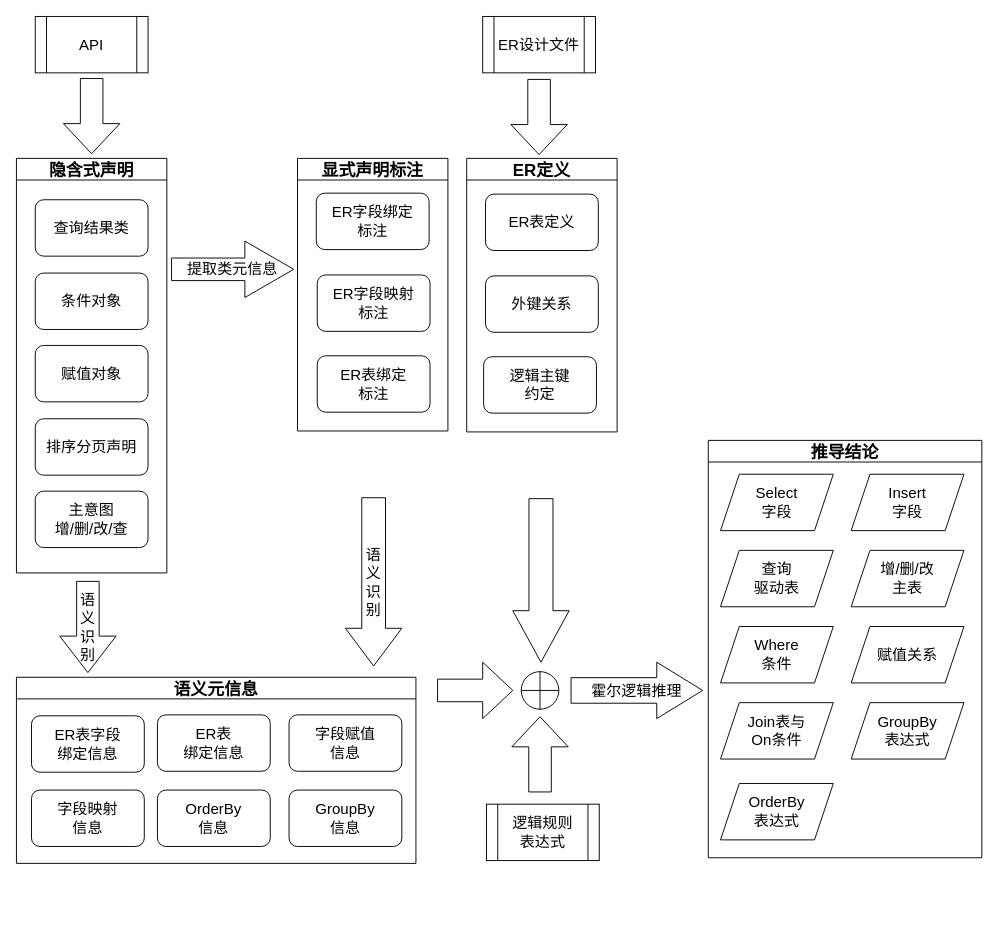
tenyks/activiti-demo keeps this draw.io diagram as SQL生成.drawio. Above is the earlier version. Source tidied: cells renumbered, new cells numbered last; positions are measured from the earlier drawing's top-left corner, leaving out a move shared by most shapes. Both pictures are drawn from the tidied source at 94%, with x=0, y=0 at pixel (16, 16).
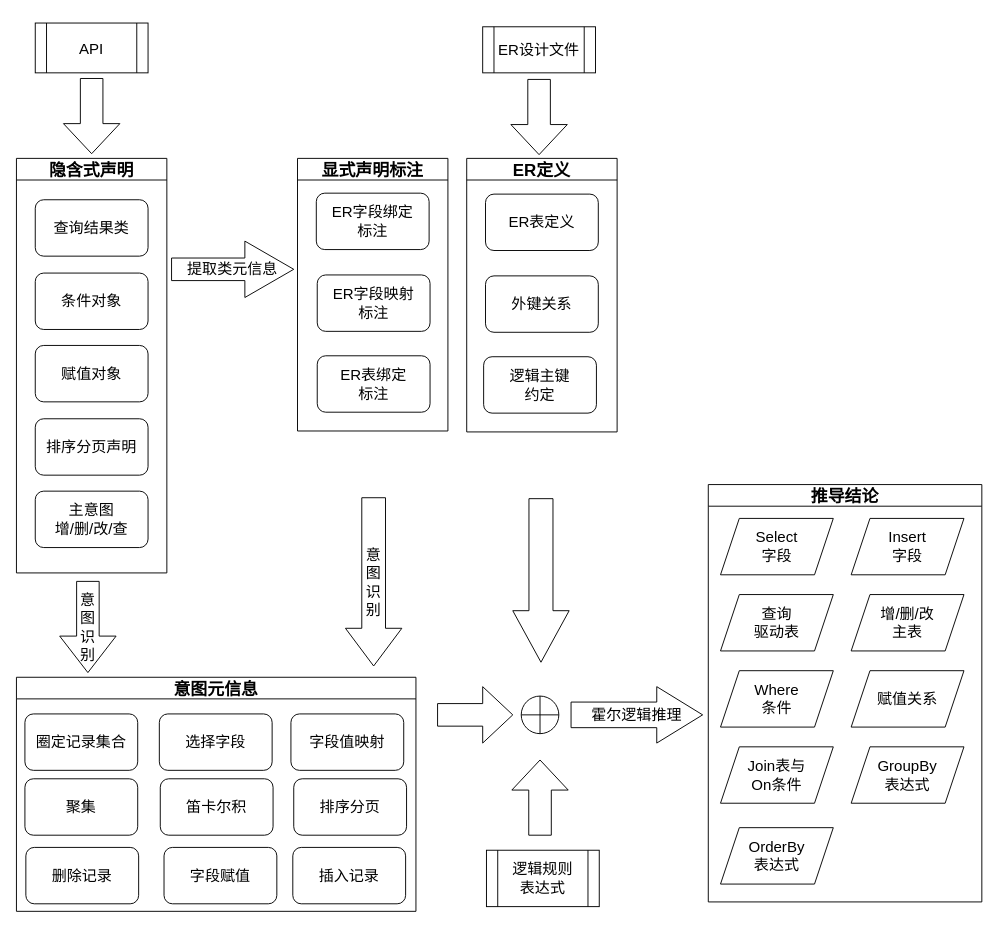
The same diagram, later.

What changed in the source:
```diff
@@
-    <mxCell id="3" value="ER表字段&lt;br&gt;绑定信息" style="rounded=1;whiteSpace=wrap;html=1;fontSize=16;" parent="1" vertex="1">
-      <mxGeometry x="16" y="744" width="120" height="60" as="geometry" />
-    </mxCell>
@@
     <mxCell id="7" value="API" style="shape=process;whiteSpace=wrap;html=1;backgroundOutline=1;fontSize=16;" parent="1" vertex="1">
-      <mxGeometry x="20" width="120" height="60" as="geometry" />
+      <mxGeometry x="20" y="7" width="120" height="53" as="geometry" />
     </mxCell>
@@
     <mxCell id="10" value="ER设计文件" style="shape=process;whiteSpace=wrap;html=1;backgroundOutline=1;fontSize=16;" parent="1" vertex="1">
-      <mxGeometry x="496" width="120" height="60" as="geometry" />
+      <mxGeometry x="496" y="11" width="120" height="49" as="geometry" />
     </mxCell>
@@
-    <mxCell id="17" value="语&lt;br&gt;义&lt;br&gt;识&lt;br&gt;别" style="shape=singleArrow;whiteSpace=wrap;html=1;arrowWidth=0.4204376220703125;arrowSize=0.2240781917128452;direction=south;fontSize=16;" parent="1" vertex="1">
+    <mxCell id="17" value="意&lt;br&gt;图&lt;br&gt;识&lt;br&gt;别" style="shape=singleArrow;whiteSpace=wrap;html=1;arrowWidth=0.4204376220703125;arrowSize=0.2240781917128452;direction=south;fontSize=16;" parent="1" vertex="1">
       <mxGeometry x="350" y="512" width="60" height="179" as="geometry" />
     </mxCell>
     <mxCell id="18" style="shape=orEllipse;perimeter=ellipsePerimeter;whiteSpace=wrap;html=1;backgroundOutline=1;fontSize=16;" parent="1" vertex="1">
-      <mxGeometry x="537" y="697" width="40" height="40" as="geometry" />
+      <mxGeometry x="537" y="723" width="40" height="40" as="geometry" />
     </mxCell>
     <mxCell id="19" value="推导结论" style="swimlane;fontSize=18;" parent="1" vertex="1">
-      <mxGeometry x="736" y="451" width="291" height="444" as="geometry" />
+      <mxGeometry x="736" y="498" width="291" height="444" as="geometry" />
     </mxCell>
@@
-    <mxCell id="29" value="语义元信息" style="swimlane;fontSize=18;startSize=23;" parent="1" vertex="1">
-      <mxGeometry y="703" width="425" height="198" as="geometry" />
+    <mxCell id="29" value="意图元信息" style="swimlane;fontSize=18;startSize=23;" parent="1" vertex="1">
+      <mxGeometry y="703" width="425" height="249" as="geometry" />
     </mxCell>
-    <mxCell id="30" value="字段映射&lt;br&gt;信息" style="rounded=1;whiteSpace=wrap;html=1;fontSize=16;" parent="29" vertex="1">
-      <mxGeometry x="16" y="120" width="120" height="60" as="geometry" />
-    </mxCell>
-    <mxCell id="31" value="OrderBy&lt;br&gt;信息" style="rounded=1;whiteSpace=wrap;html=1;fontSize=16;" parent="29" vertex="1">
-      <mxGeometry x="150" y="120" width="120" height="60" as="geometry" />
-    </mxCell>
-    <mxCell id="32" value="字段赋值&lt;br&gt;信息" style="rounded=1;whiteSpace=wrap;html=1;fontSize=16;" parent="29" vertex="1">
-      <mxGeometry x="290" y="40" width="120" height="60" as="geometry" />
-    </mxCell>
+    <mxCell id="46" value="选择字段" style="rounded=1;whiteSpace=wrap;html=1;fontSize=16;" parent="29" vertex="1">
+      <mxGeometry x="152" y="39" width="120" height="60" as="geometry" />
+    </mxCell>
+    <mxCell id="47" value="圈定记录集合" style="rounded=1;whiteSpace=wrap;html=1;fontSize=16;" parent="29" vertex="1">
+      <mxGeometry x="9" y="39" width="120" height="60" as="geometry" />
+    </mxCell>
+    <mxCell id="48" value="字段值映射" style="rounded=1;whiteSpace=wrap;html=1;fontSize=16;" parent="29" vertex="1">
+      <mxGeometry x="292" y="39" width="120" height="60" as="geometry" />
+    </mxCell>
-    <mxCell id="33" value="GroupBy&lt;br&gt;信息" style="rounded=1;whiteSpace=wrap;html=1;fontSize=16;" parent="29" vertex="1">
-      <mxGeometry x="290" y="120" width="120" height="60" as="geometry" />
+    <mxCell id="33" value="聚集" style="rounded=1;whiteSpace=wrap;html=1;fontSize=16;" parent="29" vertex="1">
+      <mxGeometry x="9" y="108" width="120" height="60" as="geometry" />
     </mxCell>
-    <mxCell id="34" value="ER表&lt;br&gt;绑定信息" style="rounded=1;whiteSpace=wrap;html=1;fontSize=16;" parent="29" vertex="1">
-      <mxGeometry x="150" y="40" width="120" height="60" as="geometry" />
-    </mxCell>
+    <mxCell id="49" value="排序分页" style="rounded=1;whiteSpace=wrap;html=1;fontSize=16;" parent="29" vertex="1">
+      <mxGeometry x="295" y="108" width="120" height="60" as="geometry" />
+    </mxCell>
+    <mxCell id="50" value="笛卡尔积" style="rounded=1;whiteSpace=wrap;html=1;fontSize=16;" parent="29" vertex="1">
+      <mxGeometry x="153" y="108" width="120" height="60" as="geometry" />
+    </mxCell>
+    <mxCell id="51" value="字段赋值" style="rounded=1;whiteSpace=wrap;html=1;fontSize=16;" parent="29" vertex="1">
+      <mxGeometry x="157" y="181" width="120" height="60" as="geometry" />
+    </mxCell>
+    <mxCell id="52" value="删除记录" style="rounded=1;whiteSpace=wrap;html=1;fontSize=16;" parent="29" vertex="1">
+      <mxGeometry x="10" y="181" width="120" height="60" as="geometry" />
+    </mxCell>
+    <mxCell id="53" value="插入记录" style="rounded=1;whiteSpace=wrap;html=1;fontSize=16;" parent="29" vertex="1">
+      <mxGeometry x="294" y="181" width="120" height="60" as="geometry" />
+    </mxCell>
@@
-    <mxCell id="40" value="语&lt;br&gt;义&lt;br&gt;识&lt;br&gt;别" style="shape=singleArrow;whiteSpace=wrap;html=1;arrowWidth=0.4;arrowSize=0.4;direction=south;fontSize=16;" parent="1" vertex="1">
+    <mxCell id="40" value="意&lt;br&gt;图&lt;br&gt;识&lt;br&gt;别" style="shape=singleArrow;whiteSpace=wrap;html=1;arrowWidth=0.4;arrowSize=0.4;direction=south;fontSize=16;" parent="1" vertex="1">
       <mxGeometry x="46" y="601" width="60" height="97" as="geometry" />
     </mxCell>
     <mxCell id="41" style="shape=singleArrow;whiteSpace=wrap;html=1;arrowWidth=0.4;arrowSize=0.4;direction=north;fontSize=16;" parent="1" vertex="1">
-      <mxGeometry x="527" y="745" width="60" height="80" as="geometry" />
+      <mxGeometry x="527" y="791" width="60" height="80" as="geometry" />
     </mxCell>
     <mxCell id="42" value="霍尔逻辑推理" style="shape=singleArrow;whiteSpace=wrap;html=1;arrowWidth=0.45376993815104166;arrowSize=0.3487031664167132;direction=east;fontSize=16;" parent="1" vertex="1">
-      <mxGeometry x="590" y="687" width="140" height="60" as="geometry" />
+      <mxGeometry x="590" y="713" width="140" height="60" as="geometry" />
     </mxCell>
     <mxCell id="43" value="逻辑规则&lt;br&gt;表达式" style="shape=process;whiteSpace=wrap;html=1;backgroundOutline=1;fontSize=16;" parent="1" vertex="1">
-      <mxGeometry x="500" y="838" width="120" height="60" as="geometry" />
+      <mxGeometry x="500" y="887" width="120" height="60" as="geometry" />
     </mxCell>
     <mxCell id="44" style="shape=singleArrow;whiteSpace=wrap;html=1;arrowWidth=0.4;arrowSize=0.4;direction=east;fontSize=16;" parent="1" vertex="1">
-      <mxGeometry x="448" y="687" width="80" height="60" as="geometry" />
+      <mxGeometry x="448" y="713" width="80" height="60" as="geometry" />
     </mxCell>
```
